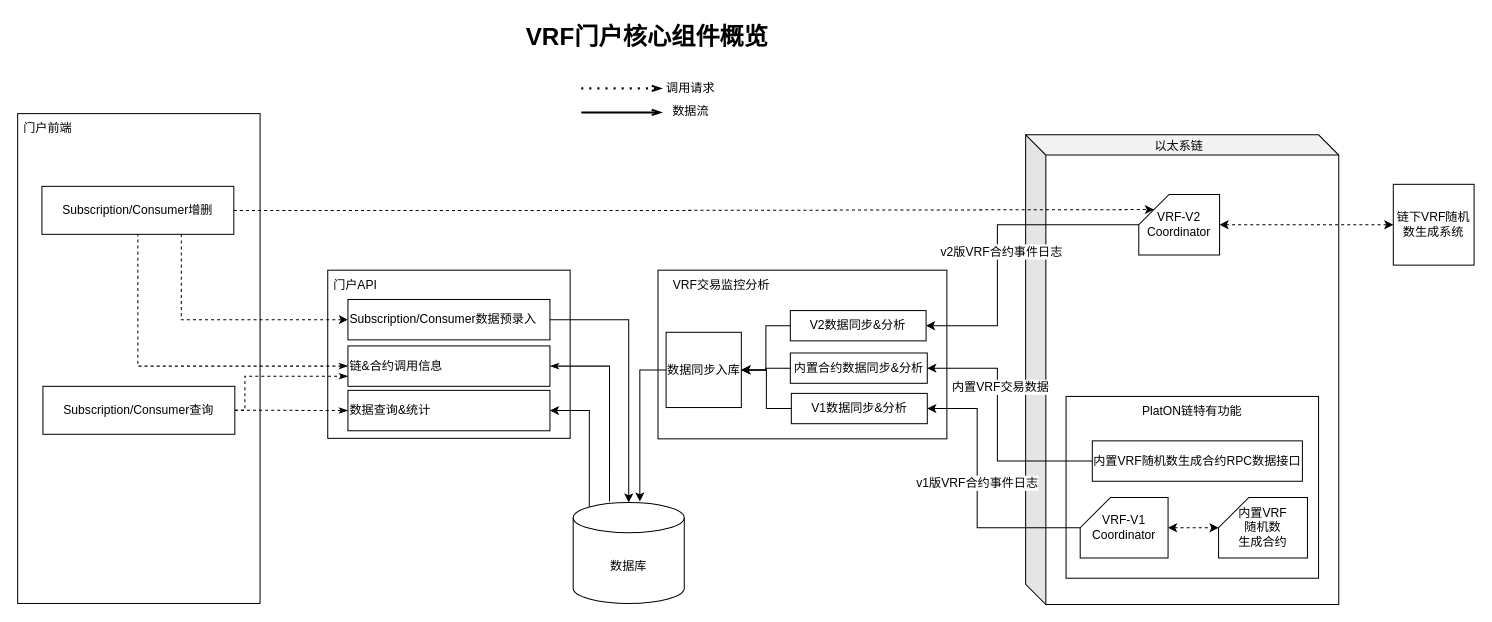
Earlier version of the draw.io diagram page "VRF核心组件概览" (2 of 7) of VRF-architecture.drawio (trevorch/drawio). Source tidied: cells renumbered, new cells numbered last; positions are measured from the earlier drawing's top-left corner, leaving out a move shared by most shapes. Both pictures are drawn from the tidied source at 101%, with x=0, y=0 at pixel (17, 17).
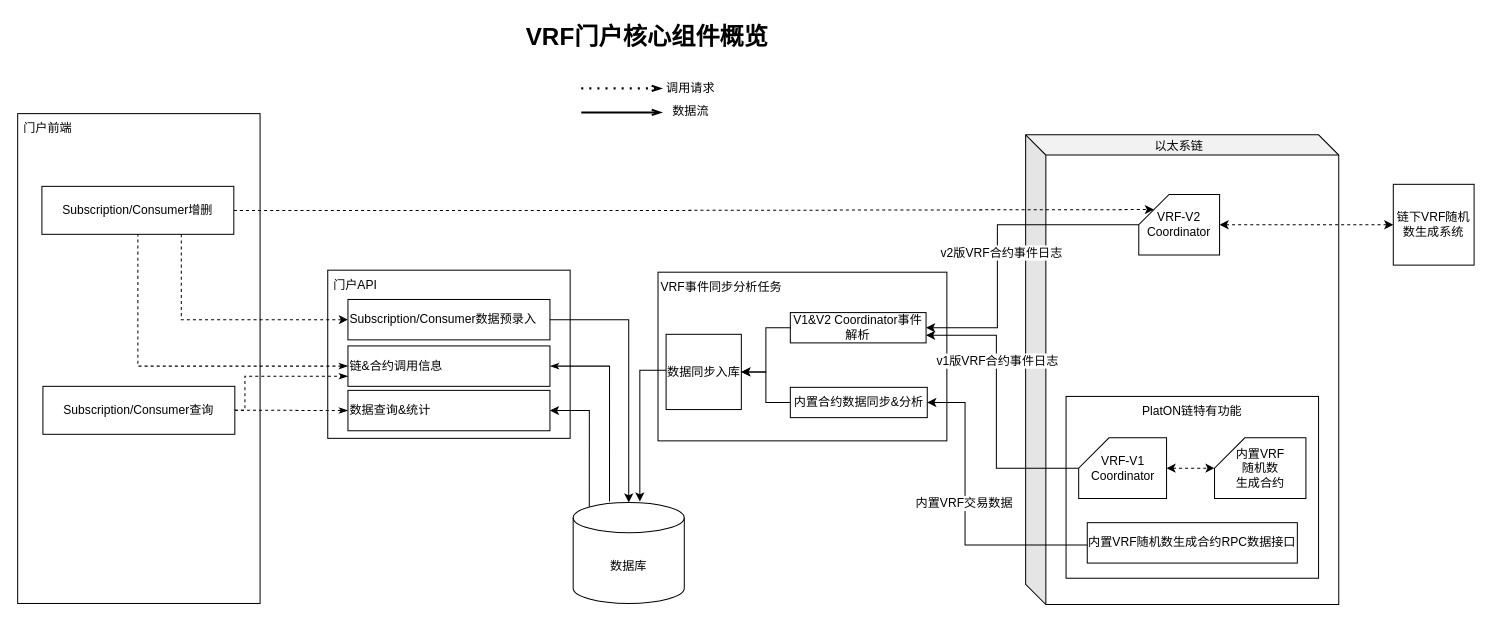
After the change.

The change refers to these unchanged cells:
```xml
<mxCell id="8" value="数据同步入库" style="whiteSpace=wrap;html=1;fontSize=12;" parent="2" vertex="1">
  <mxGeometry x="8" y="61.5" width="74.5" height="74.5" as="geometry" />
</mxCell>
<mxCell id="15" style="group;" parent="12" vertex="1">
  <mxGeometry x="40" y="262" width="250" height="180" as="geometry" />
</mxCell>
<mxCell id="22" value="VRF-V2&lt;br&gt;Coordinator" style="shape=card;whiteSpace=wrap;html=1;" parent="12" vertex="1">
  <mxGeometry x="112" y="62" width="80" height="60" as="geometry" />
</mxCell>
```

Diff of the diagram source:
```diff
@@
     <mxCell id="2" style="group;" parent="1" vertex="1">
-      <mxGeometry x="634" y="250" width="286" height="167" as="geometry" />
+      <mxGeometry x="634" y="252" width="286" height="167" as="geometry" />
     </mxCell>
@@
-    <mxCell id="4" value="VRF交易监控分析" style="text;html=1;strokeColor=none;fillColor=none;align=center;verticalAlign=middle;whiteSpace=wrap;rounded=0;" parent="2" vertex="1">
+    <mxCell id="4" value="VRF事件同步分析任务" style="text;html=1;strokeColor=none;fillColor=none;align=center;verticalAlign=middle;whiteSpace=wrap;rounded=0;" parent="2" vertex="1">
       <mxGeometry width="125.8" height="30" as="geometry" />
     </mxCell>
     <mxCell id="5" value="内置合约数据同步&amp;amp;分析" style="rounded=0;whiteSpace=wrap;html=1;fontSize=12;" parent="2" vertex="1">
-      <mxGeometry x="131" y="82" width="135.6" height="30" as="geometry" />
+      <mxGeometry x="131" y="114" width="135.6" height="30" as="geometry" />
     </mxCell>
-    <mxCell id="6" value="V1数据同步&amp;amp;分析" style="rounded=0;whiteSpace=wrap;html=1;fontSize=12;" parent="2" vertex="1">
-      <mxGeometry x="132" y="122" width="134.6" height="30" as="geometry" />
-    </mxCell>
-    <mxCell id="7" value="V2数据同步&amp;amp;分析" style="rounded=0;whiteSpace=wrap;html=1;fontSize=12;" parent="2" vertex="1">
+    <mxCell id="7" value="V1&amp;amp;V2 Coordinator事件解析" style="rounded=0;whiteSpace=wrap;html=1;fontSize=12;" parent="2" vertex="1">
       <mxGeometry x="131" y="40" width="134.4" height="30" as="geometry" />
     </mxCell>
@@
-    <mxCell id="10" style="edgeStyle=orthogonalEdgeStyle;rounded=0;jettySize=auto;html=1;entryX=1;entryY=0.5;entryDx=0;entryDy=0;fontSize=12;startArrow=none;startFill=0;" parent="2" edge="1" source="6" target="8">
-      <mxGeometry relative="1" as="geometry" />
-    </mxCell>
@@
-    <mxCell id="17" value="内置VRF&lt;br&gt;随机数&lt;br&gt;生成合约" style="shape=card;whiteSpace=wrap;html=1;" parent="15" vertex="1">
-      <mxGeometry x="151" y="100" width="88" height="60" as="geometry" />
-    </mxCell>
-    <mxCell id="18" style="edgeStyle=orthogonalEdgeStyle;rounded=0;jettySize=auto;html=1;entryX=0;entryY=0;entryDx=0;entryDy=30;entryPerimeter=0;startArrow=classic;startFill=1;dashed=1;" parent="15" edge="1" source="19" target="17">
-      <mxGeometry relative="1" as="geometry" />
-    </mxCell>
-    <mxCell id="19" value="VRF-V1&lt;br&gt;Coordinator" style="shape=card;whiteSpace=wrap;html=1;" parent="15" vertex="1">
-      <mxGeometry x="14" y="100" width="87" height="60" as="geometry" />
-    </mxCell>
     <mxCell id="20" value="&lt;span style=&quot;&quot;&gt;内置VRF随机数生成合约RPC数据接口&lt;/span&gt;" style="rounded=0;whiteSpace=wrap;html=1;fontSize=12;" parent="15" vertex="1">
-      <mxGeometry x="26" y="44" width="208" height="40" as="geometry" />
+      <mxGeometry x="21" y="125" width="208" height="40" as="geometry" />
     </mxCell>
@@
+    <mxCell id="17" value="内置VRF&lt;br&gt;随机数&lt;br&gt;生成合约" style="shape=card;whiteSpace=wrap;html=1;" parent="15" vertex="1">
+      <mxGeometry x="147" y="41" width="90.5" height="60" as="geometry" />
+    </mxCell>
+    <mxCell id="19" value="VRF-V1&lt;br&gt;Coordinator" style="shape=card;whiteSpace=wrap;html=1;" parent="15" vertex="1">
+      <mxGeometry x="12.5" y="41" width="87" height="60" as="geometry" />
+    </mxCell>
+    <mxCell id="18" style="edgeStyle=orthogonalEdgeStyle;rounded=0;jettySize=auto;html=1;entryX=0;entryY=0;entryDx=0;entryDy=30;entryPerimeter=0;startArrow=classic;startFill=1;dashed=1;" parent="15" edge="1" source="19" target="17">
+      <mxGeometry relative="1" as="geometry" />
+    </mxCell>
@@
     <mxCell id="31" style="edgeStyle=orthogonalEdgeStyle;rounded=0;jettySize=auto;html=1;entryX=1;entryY=0.5;entryDx=0;entryDy=0;fontSize=12;startArrow=none;startFill=0;" parent="1" edge="1" source="22" target="7">
       <mxGeometry relative="1" as="geometry">
         <Array as="points">
           <mxPoint x="970" y="205" />
-          <mxPoint x="970" y="305" />
+          <mxPoint x="970" y="307" />
         </Array>
       </mxGeometry>
     </mxCell>
@@
     <mxCell id="33" style="edgeStyle=orthogonalEdgeStyle;rounded=0;jettySize=auto;html=1;entryX=1;entryY=0.5;entryDx=0;entryDy=0;fontSize=12;startArrow=none;startFill=0;" parent="1" edge="1" source="20" target="5">
       <mxGeometry relative="1" as="geometry">
         <Array as="points">
-          <mxPoint x="970" y="439" />
-          <mxPoint x="970" y="347" />
+          <mxPoint x="938" y="522" />
+          <mxPoint x="938" y="381" />
         </Array>
       </mxGeometry>
     </mxCell>
     <mxCell id="34" value="内置VRF交易数据" style="edgeLabel;html=1;align=center;verticalAlign=middle;fontSize=12;" parent="33" vertex="1">
       <mxGeometry x="0.24" y="-1" relative="1" as="geometry">
-        <mxPoint x="1" y="-10" as="offset" />
+        <mxPoint x="-3" y="23" as="offset" />
       </mxGeometry>
     </mxCell>
-    <mxCell id="35" style="edgeStyle=orthogonalEdgeStyle;rounded=0;jettySize=auto;html=1;entryX=1;entryY=0.5;entryDx=0;entryDy=0;fontSize=12;startArrow=none;startFill=0;" parent="1" edge="1" source="19" target="6">
+    <mxCell id="35" style="edgeStyle=orthogonalEdgeStyle;rounded=0;jettySize=auto;html=1;entryX=1;entryY=0.75;entryDx=0;entryDy=0;fontSize=12;startArrow=none;startFill=0;" parent="1" edge="1" source="19" target="7">
       <mxGeometry relative="1" as="geometry">
         <Array as="points">
-          <mxPoint x="950" y="505" />
-          <mxPoint x="950" y="387" />
+          <mxPoint x="969" y="446" />
+          <mxPoint x="969" y="315" />
         </Array>
       </mxGeometry>
     </mxCell>
     <mxCell id="36" value="v1版VRF合约事件日志" style="edgeLabel;html=1;align=center;verticalAlign=middle;fontSize=12;" parent="35" vertex="1">
-      <mxGeometry x="0.09" y="1" relative="1" as="geometry" />
+      <mxGeometry x="0.09" y="1" relative="1" as="geometry">
+        <mxPoint x="1" y="-34" as="offset" />
+      </mxGeometry>
     </mxCell>
```
